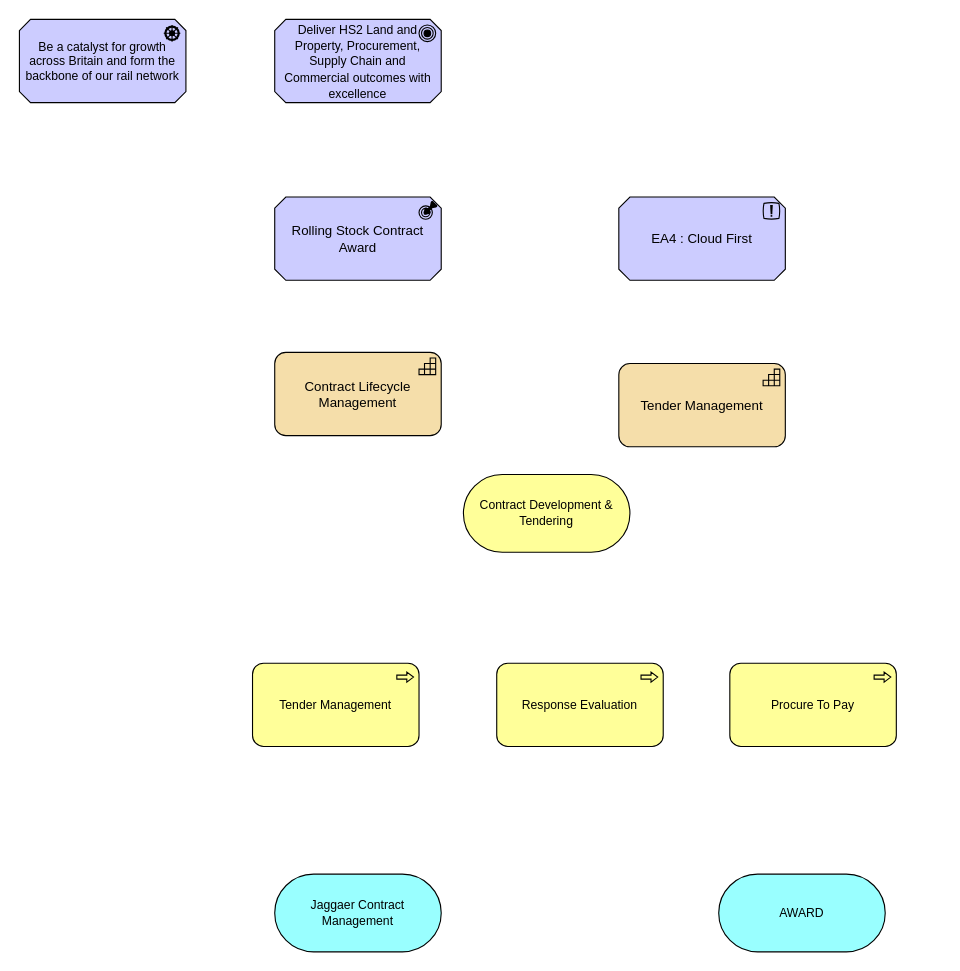
The draw.io diagram StrategyToCapability.drawio in martinlt/reference, before the edit. Source tidied: cells renumbered, new cells numbered last; positions are measured from the earlier drawing's top-left corner, leaving out a move shared by most shapes. Both pictures are drawn from the tidied source at 111%, with x=0, y=0 at pixel (19, 19).
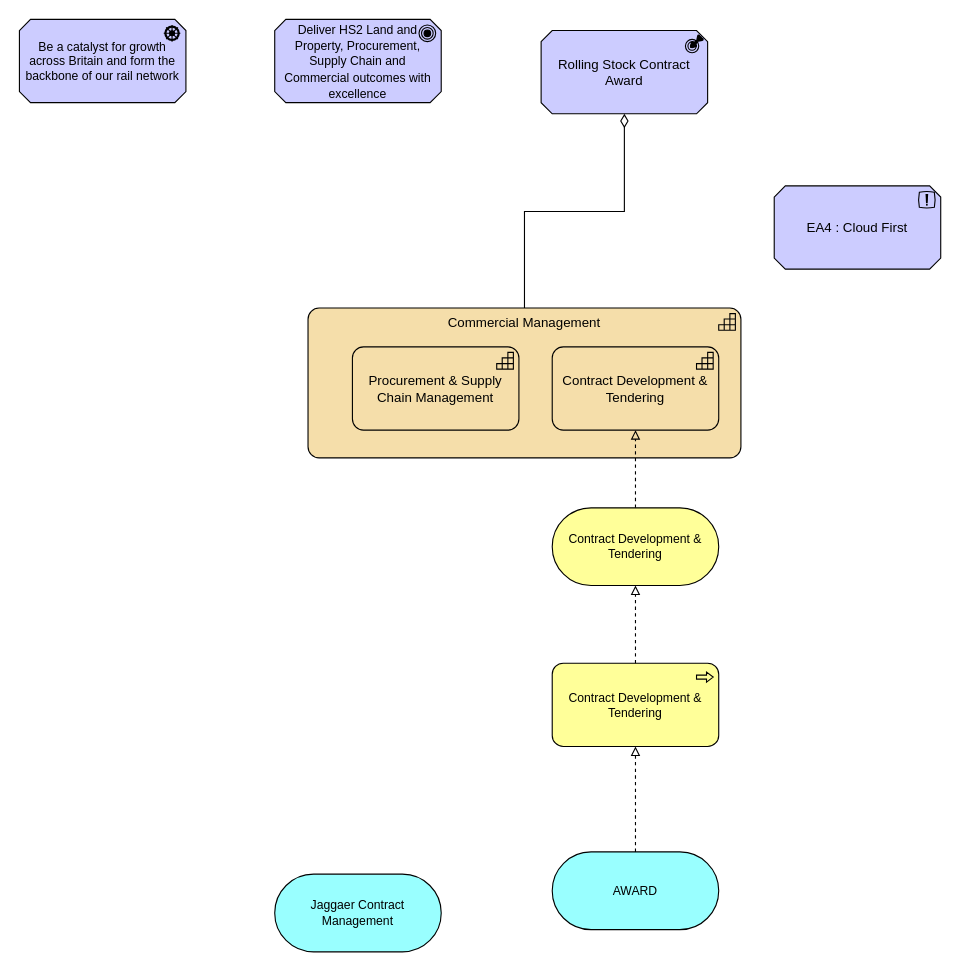
The same diagram, later.

What changed in the source:
```diff
@@
 <mxGraphModel>
   <root>
     <mxCell id="0" />
     <mxCell id="1" parent="0" />
     <mxCell id="2" value="Rolling Stock Contract Award" style="html=1;outlineConnect=0;whiteSpace=wrap;fillColor=#CCCCFF;shape=mxgraph.archimate3.application;appType=outcome;archiType=oct;" parent="1" vertex="1">
-      <mxGeometry x="230" y="160" width="150" height="75" as="geometry" />
+      <mxGeometry x="470" y="10" width="150" height="75" as="geometry" />
     </mxCell>
     <mxCell id="3" value="EA4 : Cloud First" style="html=1;whiteSpace=wrap;fillColor=#CCCCFF;shape=mxgraph.archimate3.application;appType=principle;archiType=oct;" parent="1" vertex="1">
-      <mxGeometry x="540" y="160" width="150" height="75" as="geometry" />
+      <mxGeometry x="680" y="150" width="150" height="75" as="geometry" />
     </mxCell>
-    <mxCell id="4" value="Tender Management" style="html=1;outlineConnect=0;whiteSpace=wrap;fillColor=#F5DEAA;shape=mxgraph.archimate3.application;appType=capability;archiType=rounded;" parent="1" vertex="1">
-      <mxGeometry x="540" y="310" width="150" height="75" as="geometry" />
-    </mxCell>
     <mxCell id="5" value="&lt;font style=&quot;font-size: 11px;&quot;&gt;Deliver HS2 Land and Property, Procurement, Supply Chain and Commercial outcomes with excellence&lt;/font&gt;" style="html=1;whiteSpace=wrap;fillColor=#CCCCFF;shape=mxgraph.archimate3.application;appType=goal;archiType=oct;" parent="1" vertex="1">
       <mxGeometry x="230" width="150" height="75" as="geometry" />
     </mxCell>
     <mxCell id="6" value="Be a catalyst for growth across Britain and form the backbone of our rail network" style="html=1;whiteSpace=wrap;fillColor=#CCCCFF;shape=mxgraph.archimate3.application;appType=driver;archiType=oct;fontSize=11;" parent="1" vertex="1">
       <mxGeometry width="150" height="75" as="geometry" />
     </mxCell>
-    <mxCell id="7" value="Contract Lifecycle Management" style="html=1;whiteSpace=wrap;fillColor=#F5DEAA;shape=mxgraph.archimate3.application;appType=capability;archiType=rounded;" parent="1" vertex="1">
-      <mxGeometry x="230" y="300" width="150" height="75" as="geometry" />
-    </mxCell>
     <mxCell id="8" value="Jaggaer Contract Management" style="html=1;whiteSpace=wrap;fillColor=#99ffff;shape=mxgraph.archimate3.service;fontSize=11;" parent="1" vertex="1">
       <mxGeometry x="230" y="770" width="150" height="70" as="geometry" />
     </mxCell>
     <mxCell id="9" value="AWARD" style="html=1;outlineConnect=0;whiteSpace=wrap;fillColor=#99ffff;shape=mxgraph.archimate3.service;fontSize=11;" parent="1" vertex="1">
-      <mxGeometry x="630" y="770" width="150" height="70" as="geometry" />
+      <mxGeometry x="480" y="750" width="150" height="70" as="geometry" />
     </mxCell>
-    <mxCell id="10" value="Tender Management" style="html=1;whiteSpace=wrap;fillColor=#ffff99;shape=mxgraph.archimate3.application;appType=proc;archiType=rounded;fontSize=11;" parent="1" vertex="1">
-      <mxGeometry x="210" y="580" width="150" height="75" as="geometry" />
-    </mxCell>
-    <mxCell id="11" value="Response Evaluation" style="html=1;whiteSpace=wrap;fillColor=#ffff99;shape=mxgraph.archimate3.application;appType=proc;archiType=rounded;fontSize=11;" parent="1" vertex="1">
-      <mxGeometry x="430" y="580" width="150" height="75" as="geometry" />
-    </mxCell>
-    <mxCell id="12" value="Procure To&amp;nbsp;Pay" style="html=1;outlineConnect=0;whiteSpace=wrap;fillColor=#ffff99;shape=mxgraph.archimate3.application;appType=proc;archiType=rounded;fontSize=11;" parent="1" vertex="1">
-      <mxGeometry x="640" y="580" width="150" height="75" as="geometry" />
+    <mxCell id="12" value="Contract Development &amp;amp; Tendering" style="html=1;outlineConnect=0;whiteSpace=wrap;fillColor=#ffff99;shape=mxgraph.archimate3.application;appType=proc;archiType=rounded;fontSize=11;" parent="1" vertex="1">
+      <mxGeometry x="480" y="580" width="150" height="75" as="geometry" />
     </mxCell>
     <mxCell id="13" value="Contract Development &amp;amp; Tendering" style="html=1;outlineConnect=0;whiteSpace=wrap;fillColor=#ffff99;shape=mxgraph.archimate3.service;fontSize=11;" parent="1" vertex="1">
-      <mxGeometry x="400" y="410" width="150" height="70" as="geometry" />
+      <mxGeometry x="480" y="440" width="150" height="70" as="geometry" />
     </mxCell>
+    <mxCell id="14" style="group;" parent="1" vertex="1">
+      <mxGeometry x="260" y="260" width="390" height="135" as="geometry" />
+    </mxCell>
+    <mxCell id="15" value="Commercial Management" style="html=1;outlineConnect=0;whiteSpace=wrap;fillColor=#F5DEAA;shape=mxgraph.archimate3.application;appType=capability;archiType=rounded;verticalAlign=top;" parent="14" vertex="1">
+      <mxGeometry width="390" height="135" as="geometry" />
+    </mxCell>
+    <mxCell id="4" value="Contract Development &amp;amp; Tendering" style="html=1;outlineConnect=0;whiteSpace=wrap;fillColor=#F5DEAA;shape=mxgraph.archimate3.application;appType=capability;archiType=rounded;" parent="14" vertex="1">
+      <mxGeometry x="220" y="35" width="150" height="75" as="geometry" />
+    </mxCell>
+    <mxCell id="7" value="Procurement &amp;amp; Supply Chain Management" style="html=1;whiteSpace=wrap;fillColor=#F5DEAA;shape=mxgraph.archimate3.application;appType=capability;archiType=rounded;" parent="14" vertex="1">
+      <mxGeometry x="40" y="35" width="150" height="75" as="geometry" />
+    </mxCell>
+    <mxCell id="16" style="edgeStyle=elbowEdgeStyle;html=1;endArrow=block;elbow=vertical;endFill=0;dashed=1;rounded=0;" parent="1" edge="1" source="13" target="4">
+      <mxGeometry relative="1" as="geometry" />
+    </mxCell>
+    <mxCell id="17" style="edgeStyle=elbowEdgeStyle;html=1;endArrow=block;elbow=vertical;endFill=0;dashed=1;rounded=0;" parent="1" edge="1" source="12" target="13">
+      <mxGeometry relative="1" as="geometry" />
+    </mxCell>
+    <mxCell id="18" style="edgeStyle=elbowEdgeStyle;html=1;endArrow=block;elbow=vertical;endFill=0;dashed=1;rounded=0;entryX=0.5;entryY=1;entryDx=0;entryDy=0;entryPerimeter=0;exitX=0.5;exitY=0;exitDx=0;exitDy=0;exitPerimeter=0;" parent="1" edge="1" source="9" target="12">
+      <mxGeometry relative="1" as="geometry" />
+    </mxCell>
+    <mxCell id="19" style="html=1;endArrow=diamondThin;endFill=0;edgeStyle=elbowEdgeStyle;elbow=vertical;endSize=10;rounded=0;entryX=0.5;entryY=1;entryDx=0;entryDy=0;entryPerimeter=0;" parent="1" edge="1" source="15" target="2">
+      <mxGeometry relative="1" as="geometry" />
+    </mxCell>
   </root>
 </mxGraphModel>
```
